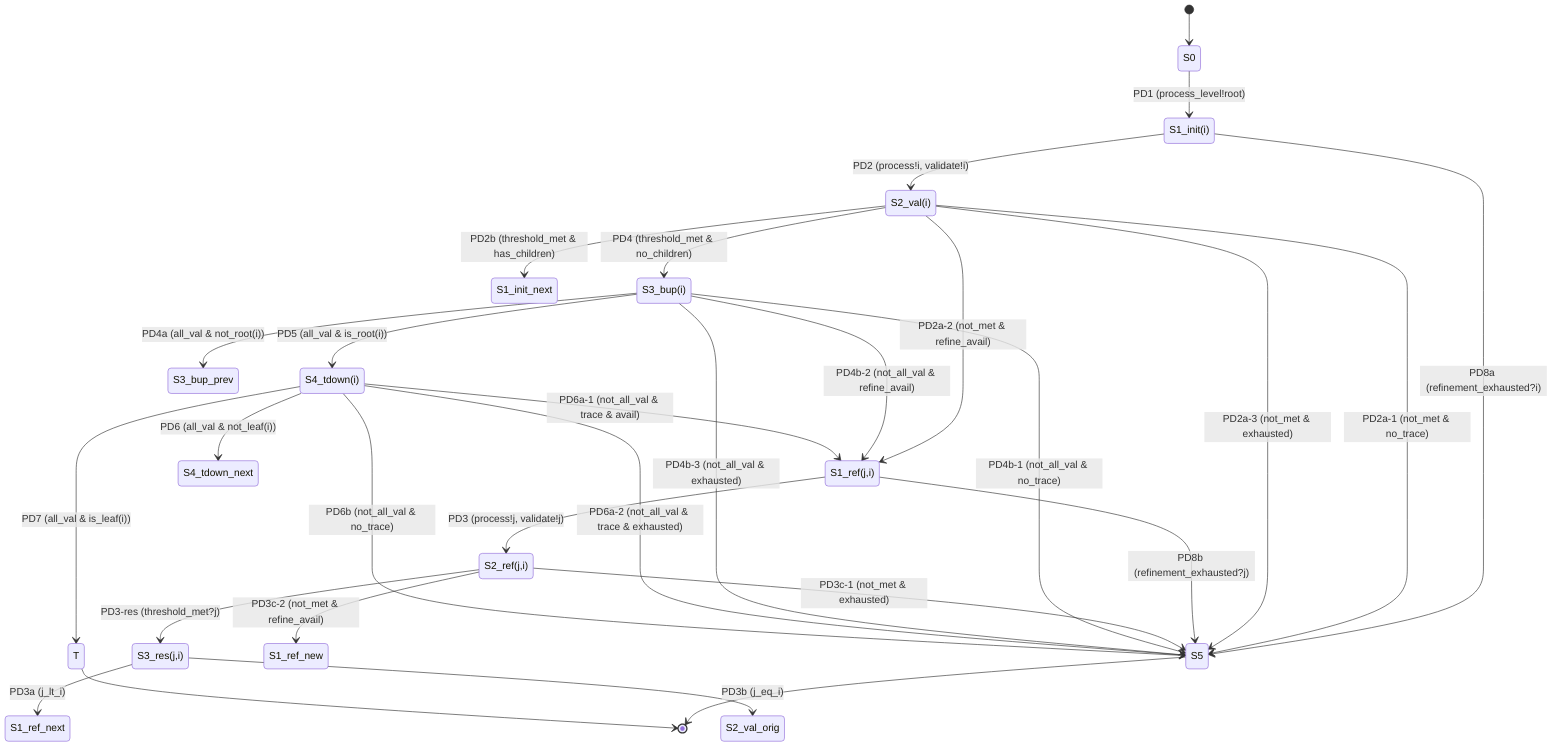
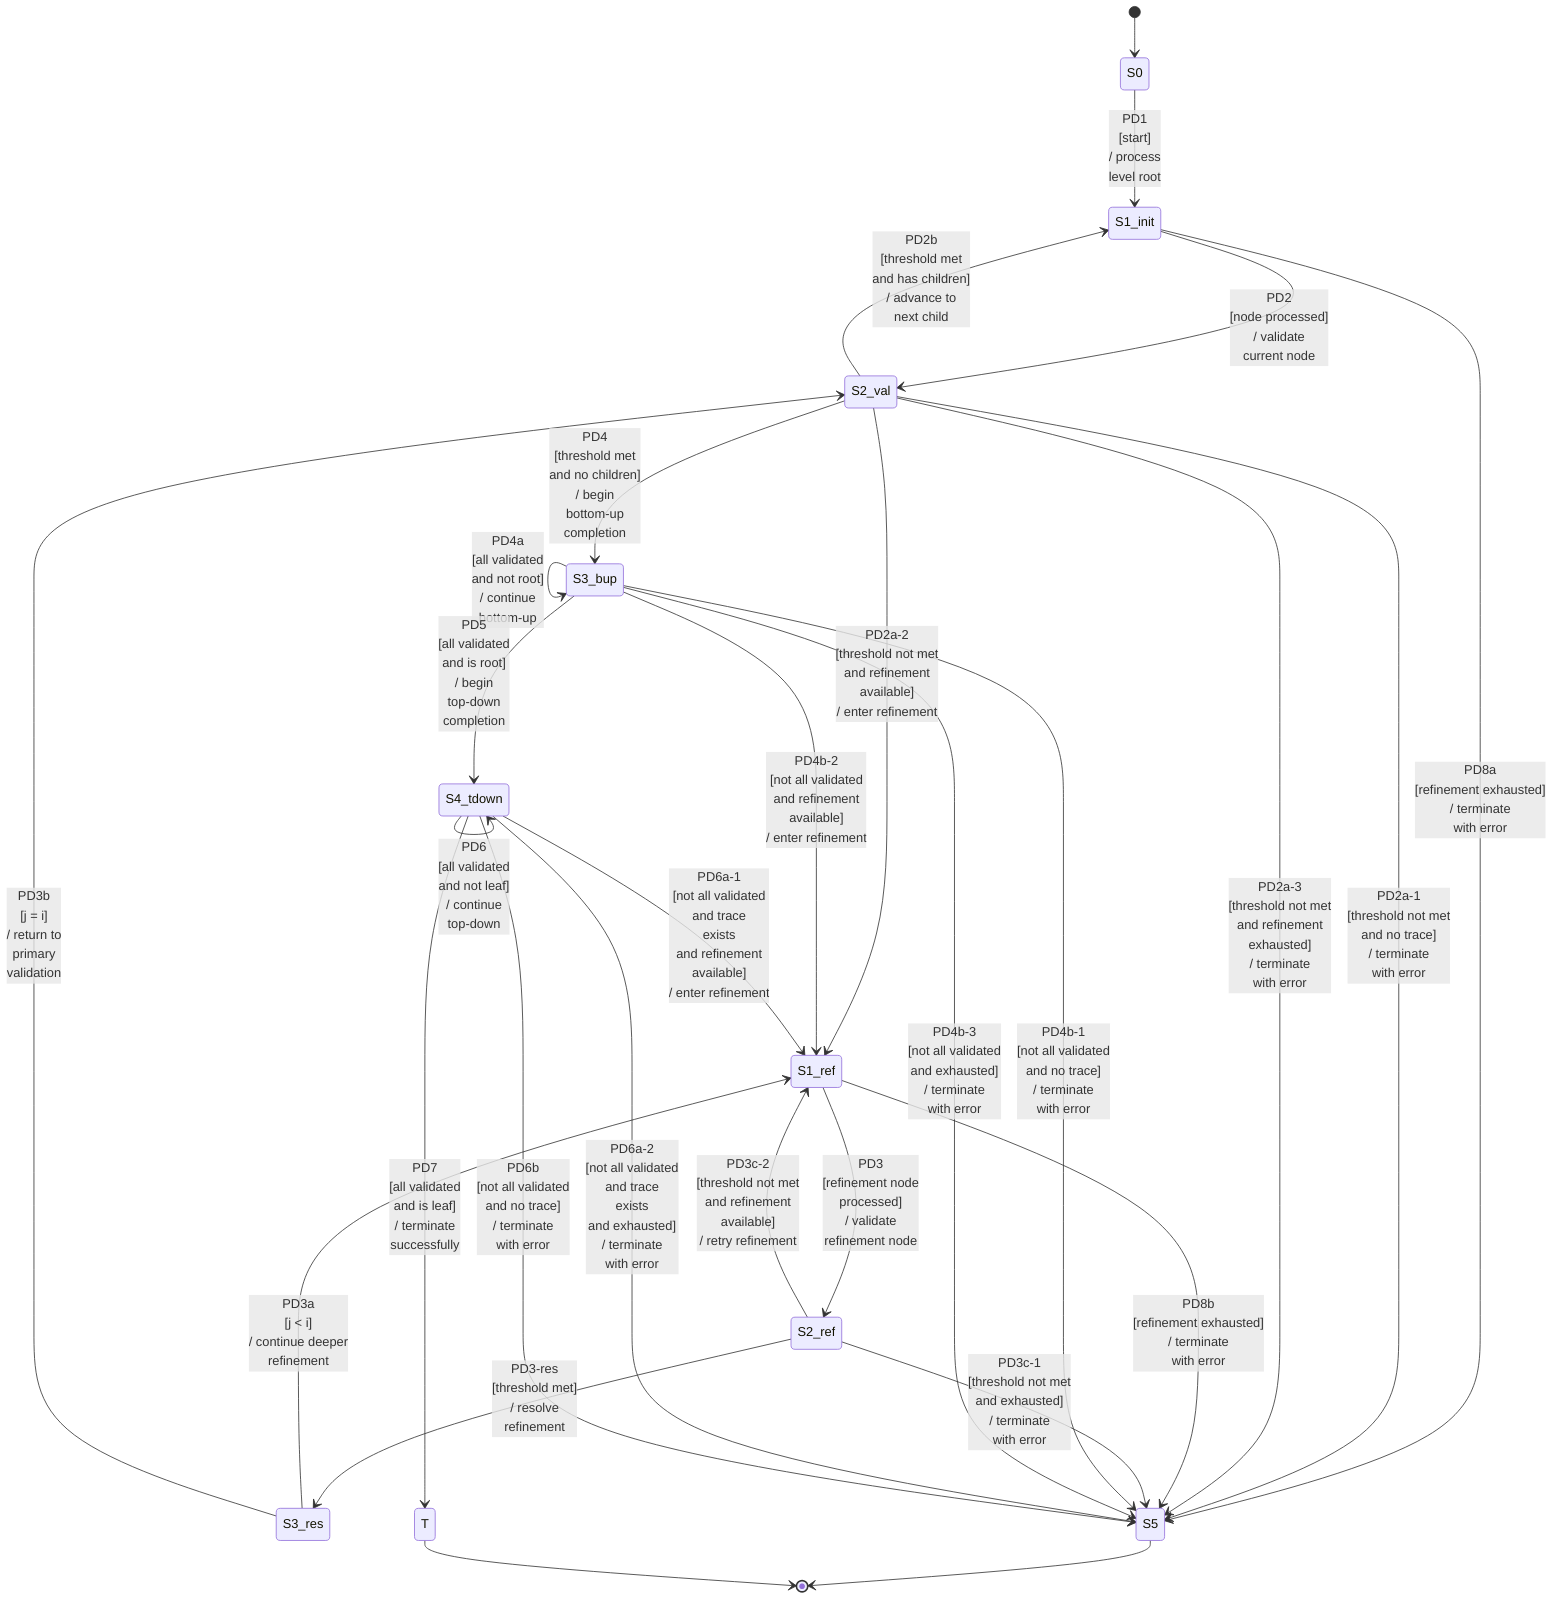
stateDiagram-v2
+     direction TB
+ 
    [*] --> S0

+     %% Labels
+     state "S0" as S0
+     state "S1_init" as S1_init
+     state "S1_ref" as S1_ref
+     state "S2_val" as S2_val
+     state "S2_ref" as S2_ref
+     state "S3_res" as S3_res
+     state "S3_bup" as S3_bup
+     state "S4_tdown" as S4_tdown
+     state "S5" as S5
+     state "T" as T
+ 
    %% Initialization
-     S0 --> S1_init : PD1 (process_level!root)
+     S0 --> S1_init : PD1 <br/>[start]<br/>/ process <br/>level root

    %% Forward Processing
-     S1_init --> S2_val : PD2 (process!i, validate!i)
-     S1_init --> S5 : PD8a (refinement_exhausted?i)
+     S1_init --> S2_val : PD2 <br/> [node processed]<br/>/ validate <br/>current node
+     S1_init --> S5 : PD8a <br/>[refinement exhausted]<br/>/ terminate <br/>with error

    %% Primary Validation
-     S2_val --> S1_init_next : PD2b (threshold_met & has_children)
-     S2_val --> S3_bup : PD4 (threshold_met & no_children)
-     S2_val --> S5 : PD2a-1 (not_met & no_trace)
-     S2_val --> S1_ref : PD2a-2 (not_met & refine_avail)
-     S2_val --> S5 : PD2a-3 (not_met & exhausted)
+     S2_val --> S1_init : PD2b <br/>[threshold met <br/>and has children]<br/>/ advance to <br/>next child
+     S2_val --> S3_bup : PD4 <br/>[threshold met <br/>and no children]<br/>/ begin <br/>bottom-up <br/>completion
+     S2_val --> S5 : PD2a-1 <br/>[threshold not met <br/>and no trace]<br/>/ terminate <br/>with error
+     S2_val --> S1_ref : PD2a-2 <br/>[threshold not met <br/>and refinement <br/>available]<br/>/ enter refinement
+     S2_val --> S5 : PD2a-3 <br/>[threshold not met <br/>and refinement <br/>exhausted]<br/>/ terminate <br/>with error

    %% Refinement Processing
-     S1_ref --> S2_ref : PD3 (process!j, validate!j)
-     S1_ref --> S5 : PD8b (refinement_exhausted?j)
+     S1_ref --> S2_ref : PD3 <br/>[refinement node <br/>processed]<br/>/ validate <br/>refinement node
+     S1_ref --> S5 : PD8b <br/>[refinement exhausted]<br/>/ terminate <br/>with error

    %% Refinement Validation
-     S2_ref --> S3_res : PD3-res (threshold_met?j)
-     S2_ref --> S5 : PD3c-1 (not_met & exhausted)
-     S2_ref --> S1_ref_new : PD3c-2 (not_met & refine_avail)
+     S2_ref --> S3_res : PD3-res <br/>[threshold met]<br/>/ resolve <br/>refinement
+     S2_ref --> S5 : PD3c-1 <br/>[threshold not met <br/>and exhausted]<br/>/ terminate <br/>with error
+     S2_ref --> S1_ref : PD3c-2 <br/>[threshold not met <br/>and refinement <br/>available]<br/>/ retry refinement

    %% Refinement Resolution
-     S3_res --> S1_ref_next : PD3a (j_lt_i)
-     S3_res --> S2_val_orig : PD3b (j_eq_i)
+     S3_res --> S1_ref : PD3a <br/>[j < i]<br/>/ continue deeper <br/>refinement
+     S3_res --> S2_val : PD3b <br/>[j = i]<br/>/ return to <br/>primary <br/>validation

-     %% Bottom-Up Completion (generic)
-     S3_bup --> S3_bup_prev : PD4a (all_val & not_root(i))
-     S3_bup --> S4_tdown : PD5 (all_val & is_root(i))
-     S3_bup --> S5 : PD4b-1 (not_all_val & no_trace)
-     S3_bup --> S1_ref : PD4b-2 (not_all_val & refine_avail)
-     S3_bup --> S5 : PD4b-3 (not_all_val & exhausted)
+     %% Bottom-Up Completion
+     S3_bup --> S3_bup : PD4a <br/>[all validated <br/>and not root]<br/>/ continue <br/>bottom-up
+     S3_bup --> S4_tdown : PD5 <br/>[all validated <br/>and is root]<br/>/ begin <br/>top-down <br/>completion
+     S3_bup --> S5 : PD4b-1 <br/>[not all validated <br/>and no trace]<br/>/ terminate <br/>with error
+     S3_bup --> S1_ref : PD4b-2 <br/>[not all validated <br/>and refinement <br/>available]<br/>/ enter refinement
+     S3_bup --> S5 : PD4b-3 <br/>[not all validated <br/>and exhausted]<br/>/ terminate <br/>with error

-     %% Top-Down Completion (generic)
-     S4_tdown --> S4_tdown_next : PD6 (all_val & not_leaf(i))
-     S4_tdown --> T : PD7 (all_val & is_leaf(i))
-     S4_tdown --> S1_ref : PD6a-1 (not_all_val & trace & avail)
-     S4_tdown --> S5 : PD6a-2 (not_all_val & trace & exhausted)
-     S4_tdown --> S5 : PD6b (not_all_val & no_trace)
+     %% Top-Down Completion
+     S4_tdown --> S4_tdown : PD6 <br/>[all validated <br/>and not leaf]<br/>/ continue <br/>top-down
+     S4_tdown --> T : PD7 <br/>[all validated <br/>and is leaf]<br/>/ terminate <br/>successfully
+     S4_tdown --> S1_ref : PD6a-1 <br/>[not all validated <br/>and trace <br/>exists <br/>and refinement <br/>available]<br/>/ enter refinement
+     S4_tdown --> S5 : PD6a-2 <br/>[not all validated <br/>and trace <br/>exists <br/>and exhausted]<br/>/ terminate <br/>with error
+     S4_tdown --> S5 : PD6b <br/>[not all validated <br/>and no trace]<br/>/ terminate <br/>with error

    %% Terminal
    S5 --> [*]
    T --> [*]
- 
-     %% Labels
-     state "S0" as S0
-     state "S1_init(i)" as S1_init
-     state "S1_ref(j,i)" as S1_ref
-     state "S2_val(i)" as S2_val
-     state "S2_ref(j,i)" as S2_ref
-     state "S3_res(j,i)" as S3_res
-     state "S3_bup(i)" as S3_bup
-     state "S4_tdown(i)" as S4_tdown
-     state "S5" as S5
-     state "T" as T
